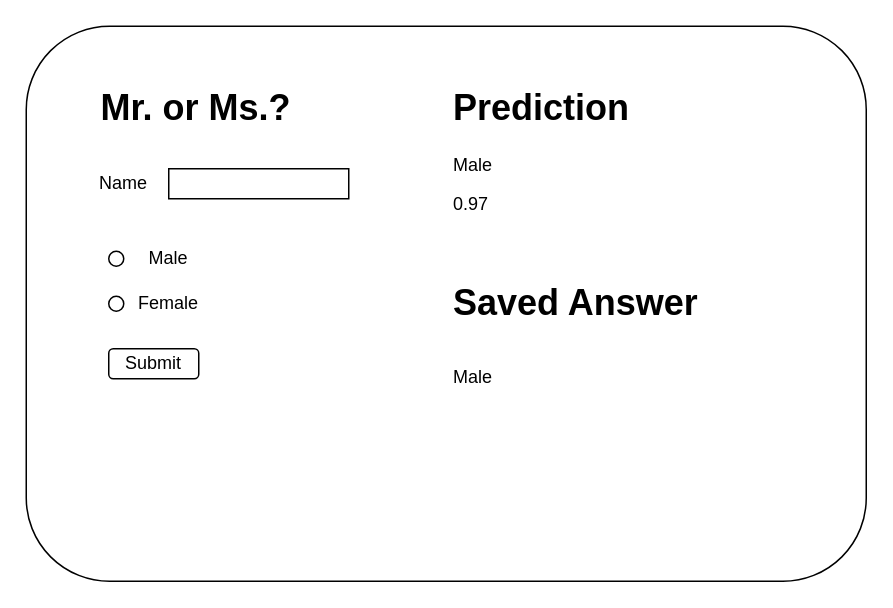
Above: page "content" (2 of 2) of genderize/genderize.drawio in 1995parham-teaching/ie-exam (draw.io), before the change. Source tidied: cells renumbered, new cells numbered last; positions are measured from the earlier drawing's top-left corner, leaving out a move shared by most shapes. Both pictures are drawn from the tidied source at 150%, with x=0, y=0 at pixel (26, 26).
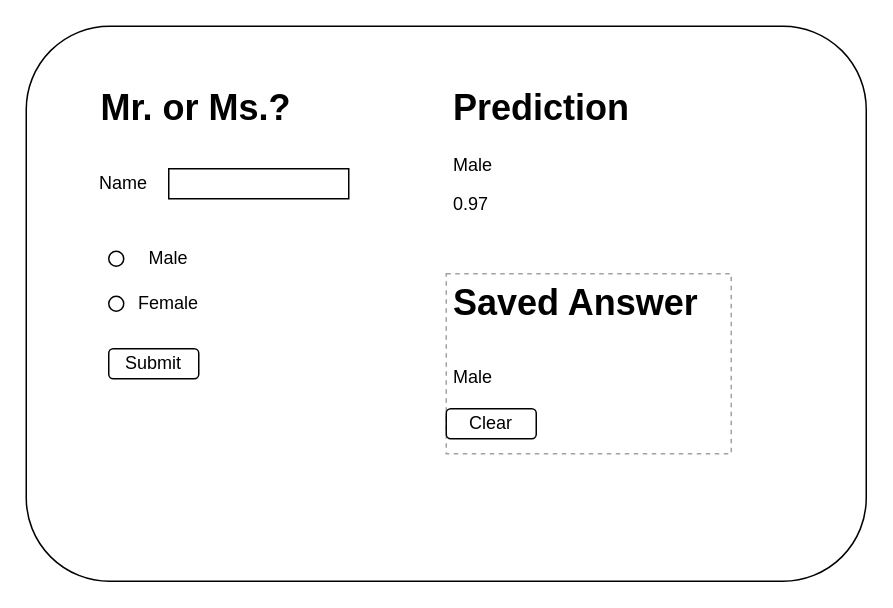
The same diagram, later.

Diff of the diagram source:
```diff
@@
 <mxGraphModel>
   <root>
     <mxCell id="0" />
     <mxCell id="1" parent="0" />
     <mxCell id="2" style="rounded=1;whiteSpace=wrap;html=1;" parent="1" vertex="1">
       <mxGeometry width="560" height="370" as="geometry" />
     </mxCell>
     <mxCell id="3" value="&lt;h1&gt;Mr. or Ms.?&lt;/h1&gt;&lt;div&gt;&lt;br&gt;&lt;/div&gt;&lt;p&gt;&lt;/p&gt;" style="text;html=1;strokeColor=none;fillColor=none;spacing=5;spacingTop=-20;whiteSpace=wrap;overflow=hidden;rounded=0;" parent="1" vertex="1">
       <mxGeometry x="45" y="35" width="190" height="40" as="geometry" />
     </mxCell>
     <mxCell id="4" value="Name" style="text;html=1;strokeColor=none;fillColor=none;align=center;verticalAlign=middle;whiteSpace=wrap;rounded=0;" parent="1" vertex="1">
       <mxGeometry x="45" y="95" width="40" height="20" as="geometry" />
     </mxCell>
     <mxCell id="5" style="rounded=0;whiteSpace=wrap;html=1;" parent="1" vertex="1">
       <mxGeometry x="95" y="95" width="120" height="20" as="geometry" />
     </mxCell>
     <mxCell id="6" style="ellipse;whiteSpace=wrap;html=1;" parent="1" vertex="1">
       <mxGeometry x="55" y="150" width="10" height="10" as="geometry" />
     </mxCell>
     <mxCell id="7" value="Male" style="text;html=1;strokeColor=none;fillColor=none;align=center;verticalAlign=middle;whiteSpace=wrap;rounded=0;" parent="1" vertex="1">
       <mxGeometry x="75" y="145" width="40" height="20" as="geometry" />
     </mxCell>
     <mxCell id="8" style="ellipse;whiteSpace=wrap;html=1;" parent="1" vertex="1">
       <mxGeometry x="55" y="180" width="10" height="10" as="geometry" />
     </mxCell>
     <mxCell id="9" value="Female" style="text;html=1;strokeColor=none;fillColor=none;align=center;verticalAlign=middle;whiteSpace=wrap;rounded=0;" parent="1" vertex="1">
       <mxGeometry x="75" y="175" width="40" height="20" as="geometry" />
     </mxCell>
     <mxCell id="10" value="Submit" style="rounded=1;whiteSpace=wrap;html=1;" parent="1" vertex="1">
       <mxGeometry x="55" y="215" width="60" height="20" as="geometry" />
     </mxCell>
     <mxCell id="11" value="&lt;h1&gt;Prediction&lt;/h1&gt;&lt;p&gt;Male&lt;/p&gt;&lt;p&gt;0.97&lt;/p&gt;" style="text;html=1;strokeColor=none;fillColor=none;spacing=5;spacingTop=-20;whiteSpace=wrap;overflow=hidden;rounded=0;" parent="1" vertex="1">
       <mxGeometry x="280" y="35" width="190" height="120" as="geometry" />
     </mxCell>
-    <mxCell id="12" value="&lt;h1&gt;&lt;span&gt;Saved Answer&lt;/span&gt;&lt;/h1&gt;&lt;h1&gt;&lt;span style=&quot;font-size: 12px ; font-weight: normal&quot;&gt;Male&lt;/span&gt;&lt;br&gt;&lt;/h1&gt;" style="text;html=1;strokeColor=none;fillColor=none;spacing=5;spacingTop=-20;whiteSpace=wrap;overflow=hidden;rounded=0;" parent="1" vertex="1">
+    <mxCell id="12" value="&lt;h1&gt;&lt;span&gt;Saved Answer&lt;/span&gt;&lt;/h1&gt;&lt;h1&gt;&lt;span style=&quot;font-size: 12px ; font-weight: normal&quot;&gt;Male&lt;/span&gt;&lt;br&gt;&lt;/h1&gt;" style="text;html=1;spacing=5;spacingTop=-20;whiteSpace=wrap;overflow=hidden;rounded=0;dashed=1;strokeColor=#A1A1A1;" parent="1" vertex="1">
       <mxGeometry x="280" y="165" width="190" height="120" as="geometry" />
     </mxCell>
+    <mxCell id="13" value="Clear" style="rounded=1;whiteSpace=wrap;html=1;" parent="1" vertex="1">
+      <mxGeometry x="280" y="255" width="60" height="20" as="geometry" />
+    </mxCell>
   </root>
 </mxGraphModel>
```
